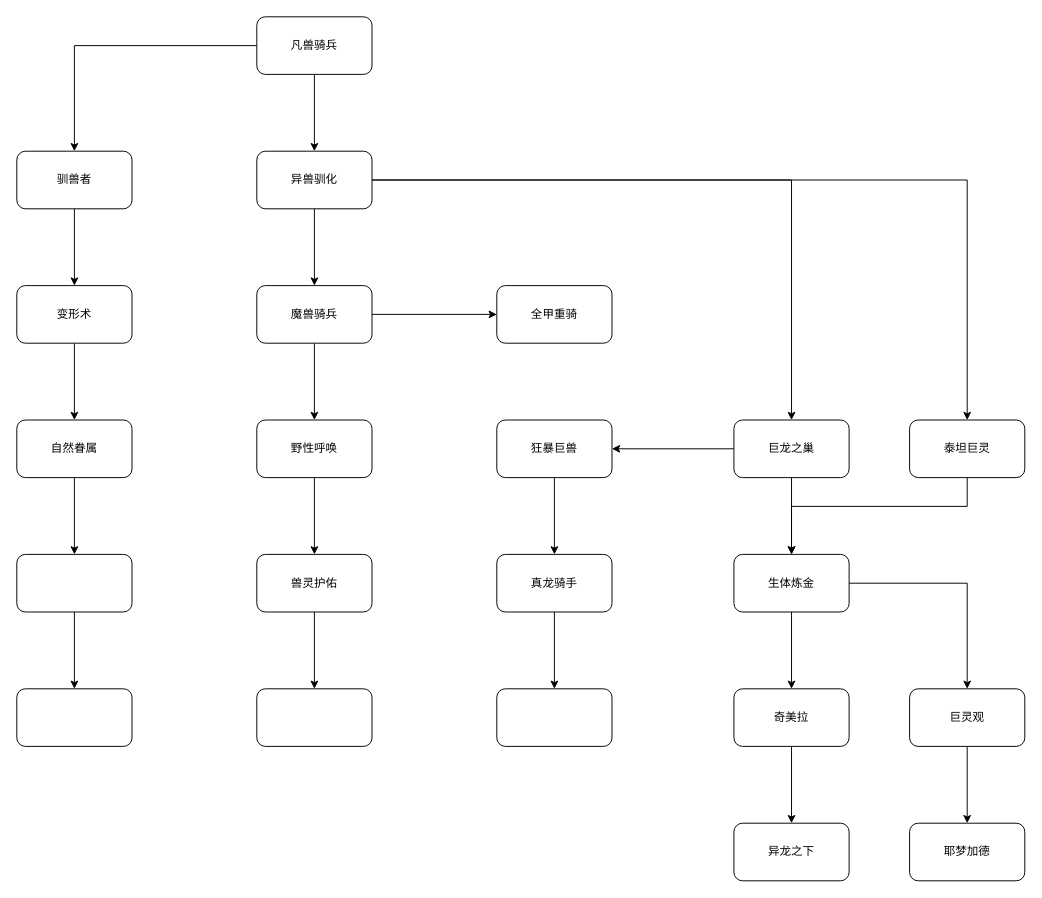
This is page "战争巨兽" (8 of 10) of WIP/月茗/科研.drawio from 2014358312/Fantasyland-Era, a draw.io file, before an edit. Source tidied: cells renumbered, new cells numbered last; positions are measured from the earlier drawing's top-left corner, leaving out a move shared by most shapes. Both pictures are drawn from the tidied source at 96%, with x=0, y=0 at pixel (16, 16).
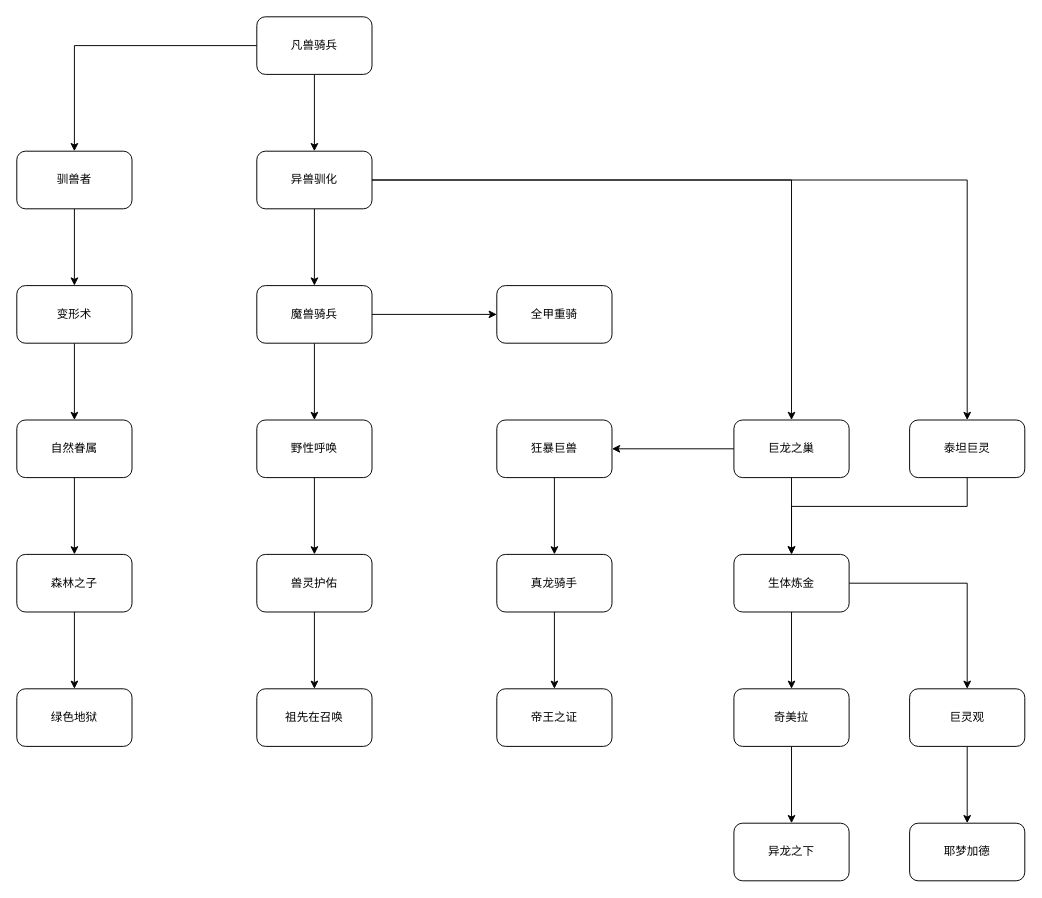
After the change.

Diff of the diagram source:
```diff
@@
-    <mxCell id="41" style="whiteSpace=wrap;html=1;rounded=1;" parent="1" vertex="1">
+    <mxCell id="41" value="祖先在召唤" style="whiteSpace=wrap;html=1;rounded=1;" parent="1" vertex="1">
       <mxGeometry x="250" y="700" width="120" height="60" as="geometry" />
     </mxCell>
@@
-    <mxCell id="43" style="whiteSpace=wrap;html=1;rounded=1;" parent="1" vertex="1">
+    <mxCell id="43" value="森林之子" style="whiteSpace=wrap;html=1;rounded=1;" parent="1" vertex="1">
       <mxGeometry y="560" width="120" height="60" as="geometry" />
     </mxCell>
-    <mxCell id="44" style="whiteSpace=wrap;html=1;rounded=1;" parent="1" vertex="1">
+    <mxCell id="44" value="绿色地狱" style="whiteSpace=wrap;html=1;rounded=1;" parent="1" vertex="1">
       <mxGeometry y="700" width="120" height="60" as="geometry" />
     </mxCell>
-    <mxCell id="45" style="whiteSpace=wrap;html=1;rounded=1;" parent="1" vertex="1">
+    <mxCell id="45" value="帝王之证" style="whiteSpace=wrap;html=1;rounded=1;" parent="1" vertex="1">
       <mxGeometry x="500" y="700" width="120" height="60" as="geometry" />
     </mxCell>
```
